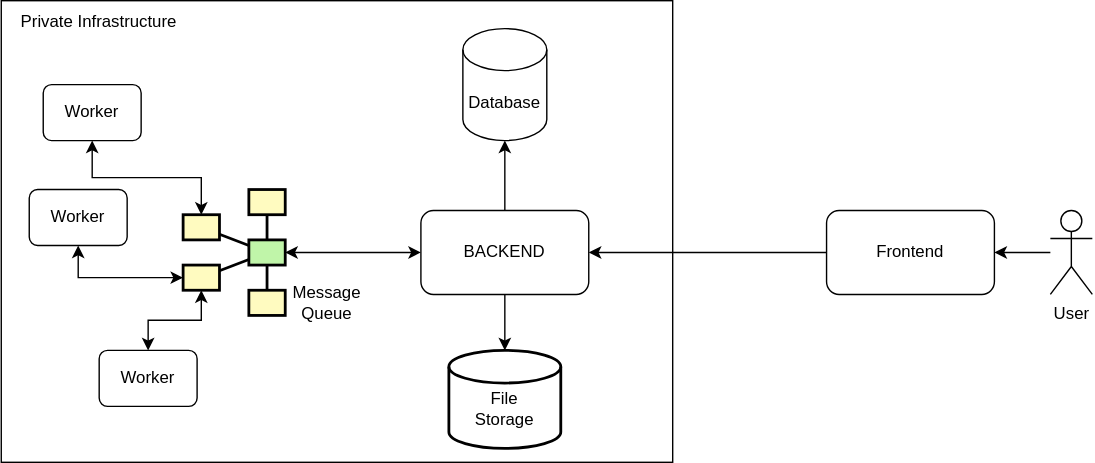
The draw.io diagram assets/maxit-architecture.svg in mini-maxit/.github, before a commit. Source tidied: cells renumbered, new cells last; positions are measured from the earlier drawing's top-left corner, leaving out a move shared by most shapes. Source of this version:
```xml
<mxGraphModel>
  <root>
    <mxCell id="0" />
    <mxCell id="1" parent="0" />
    <mxCell id="2" style="rounded=0;whiteSpace=wrap;html=1;" parent="1" vertex="1">
      <mxGeometry width="480" height="330" as="geometry" />
    </mxCell>
    <mxCell id="3" style="edgeStyle=orthogonalEdgeStyle;rounded=0;jettySize=auto;html=1;entryX=1;entryY=0.5;entryDx=0;entryDy=0;" parent="1" edge="1" source="4" target="6">
      <mxGeometry relative="1" as="geometry" />
    </mxCell>
    <mxCell id="4" value="Frontend" style="rounded=1;whiteSpace=wrap;html=1;" parent="1" vertex="1">
      <mxGeometry x="590" y="150" width="120" height="60" as="geometry" />
    </mxCell>
    <mxCell id="5" style="edgeStyle=orthogonalEdgeStyle;rounded=0;jettySize=auto;html=1;exitX=0.5;exitY=1;exitDx=0;exitDy=0;entryX=0.5;entryY=0;entryDx=0;entryDy=0;entryPerimeter=0;" parent="1" edge="1" source="6" target="24">
      <mxGeometry relative="1" as="geometry" />
    </mxCell>
    <mxCell id="6" value="BACKEND" style="rounded=1;whiteSpace=wrap;html=1;" parent="1" vertex="1">
      <mxGeometry x="300" y="150" width="120" height="60" as="geometry" />
    </mxCell>
    <mxCell id="7" value="Private Infrastructure" style="text;html=1;align=center;verticalAlign=middle;whiteSpace=wrap;rounded=0;" parent="1" vertex="1">
      <mxGeometry width="140" height="30" as="geometry" />
    </mxCell>
    <mxCell id="8" style="group;" parent="1" vertex="1">
      <mxGeometry x="130" y="135" width="133" height="96" as="geometry" />
    </mxCell>
    <mxCell id="9" style="strokeWidth=2;dashed=0;align=center;fontSize=8;shape=rect;fillColor=#fffbc0;strokeColor=#000000;" parent="8" vertex="1">
      <mxGeometry x="47" width="26" height="18" as="geometry" />
    </mxCell>
    <mxCell id="10" style="strokeWidth=2;dashed=0;align=center;fontSize=8;shape=rect;fillColor=#fffbc0;strokeColor=#000000;" parent="8" vertex="1">
      <mxGeometry y="18" width="26" height="18" as="geometry" />
    </mxCell>
    <mxCell id="11" style="strokeWidth=2;dashed=0;align=center;fontSize=8;shape=rect;fillColor=#fffbc0;strokeColor=#000000;" parent="8" vertex="1">
      <mxGeometry y="54" width="26" height="18" as="geometry" />
    </mxCell>
    <mxCell id="12" style="strokeWidth=2;dashed=0;align=center;fontSize=8;shape=rect;fillColor=#fffbc0;strokeColor=#000000;" parent="8" vertex="1">
      <mxGeometry x="47" y="72" width="26" height="18" as="geometry" />
    </mxCell>
    <mxCell id="13" style="strokeWidth=2;dashed=0;align=center;fontSize=8;shape=rect;fillColor=#c0f5a9;strokeColor=#000000;" parent="8" vertex="1">
      <mxGeometry x="47" y="36" width="26" height="18" as="geometry" />
    </mxCell>
    <mxCell id="14" style="edgeStyle=none;endArrow=none;dashed=0;html=1;strokeWidth=2;rounded=0;" parent="8" edge="1" source="13" target="9">
      <mxGeometry relative="1" as="geometry" />
    </mxCell>
    <mxCell id="15" style="edgeStyle=none;endArrow=none;dashed=0;html=1;strokeWidth=2;rounded=0;" parent="8" edge="1" source="13" target="10">
      <mxGeometry relative="1" as="geometry" />
    </mxCell>
    <mxCell id="16" style="edgeStyle=none;endArrow=none;dashed=0;html=1;strokeWidth=2;rounded=0;" parent="8" edge="1" source="13" target="11">
      <mxGeometry relative="1" as="geometry" />
    </mxCell>
    <mxCell id="17" style="edgeStyle=none;endArrow=none;dashed=0;html=1;strokeWidth=2;rounded=0;" parent="8" edge="1" source="13" target="12">
      <mxGeometry relative="1" as="geometry" />
    </mxCell>
    <mxCell id="18" value="Message&lt;div&gt;Queue&lt;/div&gt;" style="text;html=1;align=center;verticalAlign=middle;whiteSpace=wrap;rounded=0;" parent="8" vertex="1">
      <mxGeometry x="73" y="66" width="60" height="30" as="geometry" />
    </mxCell>
    <mxCell id="19" style="endArrow=classic;startArrow=classic;html=1;rounded=0;exitX=1;exitY=0.5;exitDx=0;exitDy=0;entryX=0;entryY=0.5;entryDx=0;entryDy=0;" parent="1" edge="1" source="13" target="6">
      <mxGeometry relative="1" as="geometry" />
    </mxCell>
    <mxCell id="20" style="edgeStyle=orthogonalEdgeStyle;rounded=0;jettySize=auto;html=1;" parent="1" edge="1" source="21" target="4">
      <mxGeometry relative="1" as="geometry" />
    </mxCell>
    <mxCell id="21" value="User" style="shape=umlActor;verticalLabelPosition=bottom;verticalAlign=top;html=1;outlineConnect=0;" parent="1" vertex="1">
      <mxGeometry x="750" y="150" width="30" height="60" as="geometry" />
    </mxCell>
    <mxCell id="22" value="Database" style="shape=cylinder3;whiteSpace=wrap;html=1;boundedLbl=1;backgroundOutline=1;size=15;" parent="1" vertex="1">
      <mxGeometry x="330" y="20" width="60" height="80" as="geometry" />
    </mxCell>
    <mxCell id="23" style="edgeStyle=orthogonalEdgeStyle;rounded=0;jettySize=auto;html=1;entryX=0.5;entryY=1;entryDx=0;entryDy=0;entryPerimeter=0;" parent="1" edge="1" source="6" target="22">
      <mxGeometry relative="1" as="geometry" />
    </mxCell>
    <mxCell id="24" value="&lt;div&gt;&lt;br&gt;&lt;/div&gt;File&lt;div&gt;Storage&lt;/div&gt;" style="strokeWidth=2;html=1;shape=mxgraph.flowchart.database;whiteSpace=wrap;" parent="1" vertex="1">
      <mxGeometry x="320" y="250" width="80" height="70" as="geometry" />
    </mxCell>
    <mxCell id="25" value="Worker" style="rounded=1;whiteSpace=wrap;html=1;" parent="1" vertex="1">
      <mxGeometry x="30" y="60" width="70" height="40" as="geometry" />
    </mxCell>
    <mxCell id="26" style="rounded=0;jettySize=auto;html=1;exitX=0.5;exitY=0;exitDx=0;exitDy=0;entryX=0.5;entryY=1;entryDx=0;entryDy=0;edgeStyle=orthogonalEdgeStyle;startArrow=classic;startFill=1;" parent="1" edge="1" source="10" target="25">
      <mxGeometry relative="1" as="geometry" />
    </mxCell>
    <mxCell id="27" value="Worker" style="rounded=1;whiteSpace=wrap;html=1;" parent="1" vertex="1">
      <mxGeometry x="20" y="135" width="70" height="40" as="geometry" />
    </mxCell>
    <mxCell id="28" style="edgeStyle=orthogonalEdgeStyle;rounded=0;jettySize=auto;html=1;exitX=0;exitY=0.5;exitDx=0;exitDy=0;entryX=0.5;entryY=1;entryDx=0;entryDy=0;startArrow=classic;startFill=1;" parent="1" edge="1" source="11" target="27">
      <mxGeometry relative="1" as="geometry" />
    </mxCell>
    <mxCell id="29" style="edgeStyle=orthogonalEdgeStyle;rounded=0;jettySize=auto;html=1;entryX=0.5;entryY=1;entryDx=0;entryDy=0;startArrow=classic;startFill=1;" parent="1" edge="1" source="30" target="11">
      <mxGeometry relative="1" as="geometry" />
    </mxCell>
    <mxCell id="30" value="Worker" style="rounded=1;whiteSpace=wrap;html=1;" parent="1" vertex="1">
      <mxGeometry x="70" y="250" width="70" height="40" as="geometry" />
    </mxCell>
  </root>
</mxGraphModel>
```
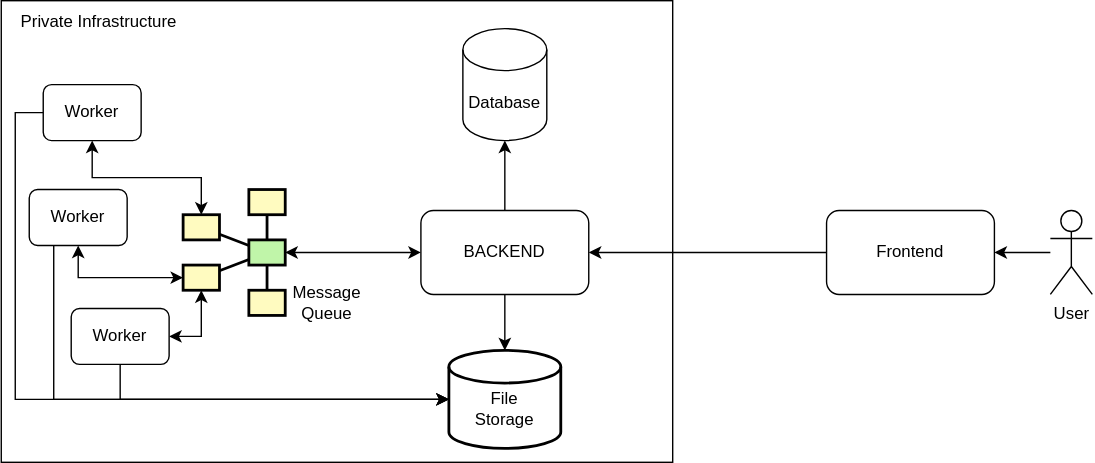
After the change.

The edit, as a diff of the source:
```diff
@@ -86,8 +86,22 @@
     <mxCell id="29" style="edgeStyle=orthogonalEdgeStyle;rounded=0;jettySize=auto;html=1;entryX=0.5;entryY=1;entryDx=0;entryDy=0;startArrow=classic;startFill=1;" parent="1" edge="1" source="30" target="11">
       <mxGeometry relative="1" as="geometry" />
     </mxCell>
+    <mxCell id="31" style="edgeStyle=orthogonalEdgeStyle;rounded=0;jettySize=auto;html=1;entryX=0;entryY=0.5;entryDx=0;entryDy=0;entryPerimeter=0;" parent="1" edge="1" source="30" target="24">
+      <mxGeometry relative="1" as="geometry">
+        <Array as="points">
+          <mxPoint x="190" y="285" />
+          <mxPoint x="190" y="285" />
+        </Array>
+      </mxGeometry>
+    </mxCell>
+    <mxCell id="32" style="edgeStyle=orthogonalEdgeStyle;rounded=0;jettySize=auto;html=1;exitX=0.25;exitY=1;exitDx=0;exitDy=0;entryX=0;entryY=0.5;entryDx=0;entryDy=0;entryPerimeter=0;" parent="1" edge="1" source="27" target="24">
+      <mxGeometry relative="1" as="geometry" />
+    </mxCell>
+    <mxCell id="33" style="edgeStyle=orthogonalEdgeStyle;rounded=0;jettySize=auto;html=1;exitX=0;exitY=0.5;exitDx=0;exitDy=0;entryX=0;entryY=0.5;entryDx=0;entryDy=0;entryPerimeter=0;" parent="1" edge="1" source="25" target="24">
+      <mxGeometry relative="1" as="geometry" />
+    </mxCell>
-    <mxCell id="30" value="Worker" style="rounded=1;whiteSpace=wrap;html=1;" parent="1" vertex="1">
-      <mxGeometry x="70" y="250" width="70" height="40" as="geometry" />
+    <mxCell id="30" value="Worker" style="rounded=1;whiteSpace=wrap;html=1;glass=0;fillStyle=solid;" parent="1" vertex="1">
+      <mxGeometry x="50" y="220" width="70" height="40" as="geometry" />
     </mxCell>
   </root>
 </mxGraphModel>
```
